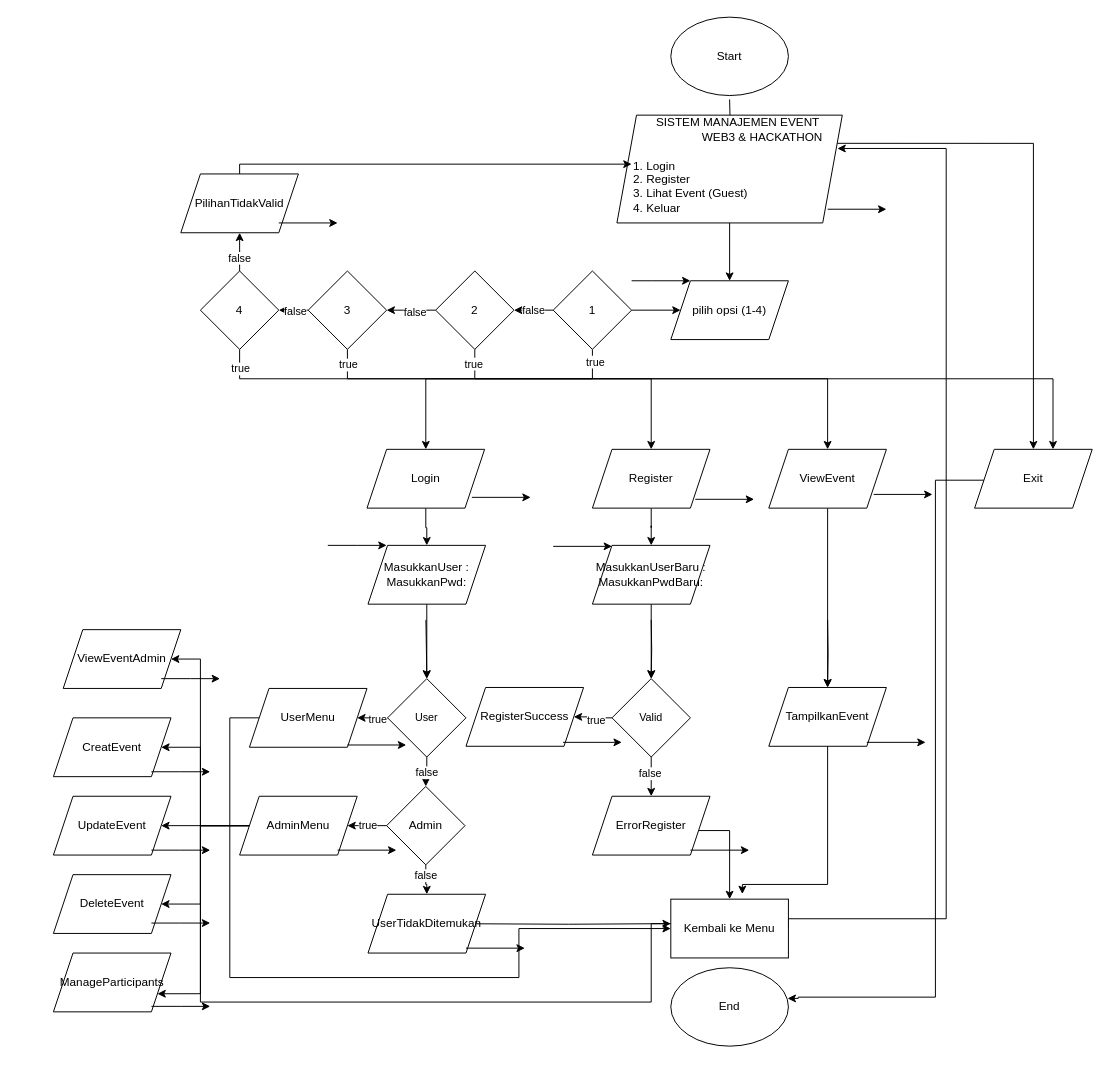
This is POSSTEST/post-test-apd-5/2509106074_NurilAkmal_PT-5.drawio from elkhuwas20/PRAKTIKUM_APD_B2-25, a draw.io file, before an edit. Source tidied: cells renumbered, new cells numbered last; positions are measured from the earlier drawing's top-left corner, leaving out a move shared by most shapes. Both pictures are drawn from the tidied source at 98%, with x=0, y=0 at pixel (53, 17).
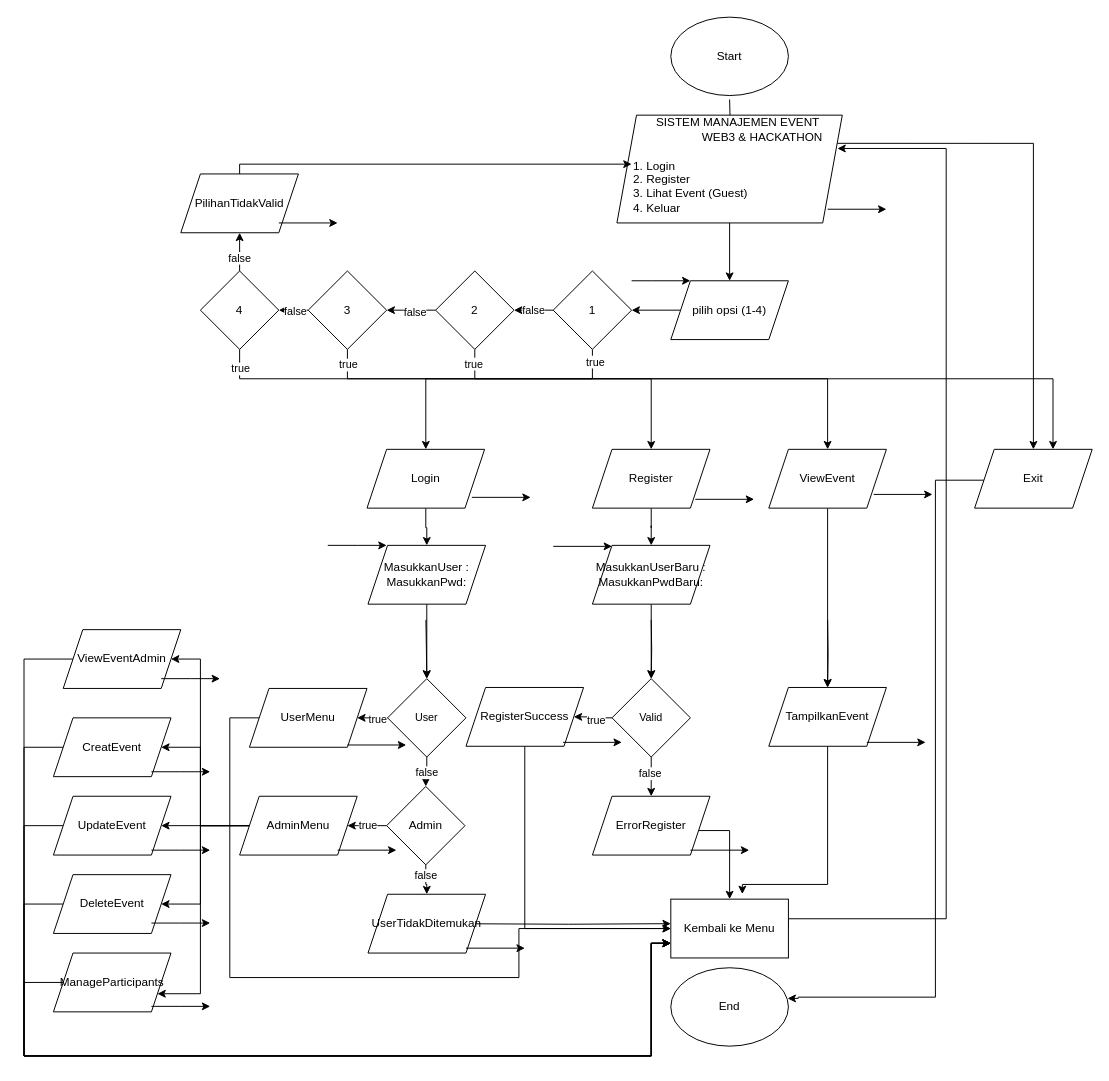
Above is the later version.

Unchanged cells that the change refers to:
```xml
<mxCell id="36" value="&lt;div&gt;AdminMenu&lt;/div&gt;" style="shape=parallelogram;perimeter=parallelogramPerimeter;whiteSpace=wrap;html=1;fixedSize=1;" parent="1" vertex="1">
  <mxGeometry x="190" y="795" width="120" height="60" as="geometry" />
</mxCell>
<mxCell id="39" value="ViewEventAdmin" style="shape=parallelogram;perimeter=parallelogramPerimeter;whiteSpace=wrap;html=1;fixedSize=1;" parent="1" vertex="1">
  <mxGeometry x="10" y="625" width="120" height="60" as="geometry" />
</mxCell>
<mxCell id="40" value="UpdateEvent" style="shape=parallelogram;perimeter=parallelogramPerimeter;whiteSpace=wrap;html=1;fixedSize=1;" parent="1" vertex="1">
  <mxGeometry y="795" width="120" height="60" as="geometry" />
</mxCell>
<mxCell id="41" value="DeleteEvent" style="shape=parallelogram;perimeter=parallelogramPerimeter;whiteSpace=wrap;html=1;fixedSize=1;" parent="1" vertex="1">
  <mxGeometry y="875" width="120" height="60" as="geometry" />
</mxCell>
<mxCell id="42" value="ManageParticipants" style="shape=parallelogram;perimeter=parallelogramPerimeter;whiteSpace=wrap;html=1;fixedSize=1;" parent="1" vertex="1">
  <mxGeometry y="955" width="120" height="60" as="geometry" />
</mxCell>
<mxCell id="43" value="&lt;div&gt;CreatEvent&lt;/div&gt;" style="shape=parallelogram;perimeter=parallelogramPerimeter;whiteSpace=wrap;html=1;fixedSize=1;" parent="1" vertex="1">
  <mxGeometry y="715" width="120" height="60" as="geometry" />
</mxCell>
<mxCell id="49" value="RegisterSuccess" style="shape=parallelogram;perimeter=parallelogramPerimeter;whiteSpace=wrap;html=1;fixedSize=1;" parent="1" vertex="1">
  <mxGeometry x="421" y="684" width="120" height="60" as="geometry" />
</mxCell>
<mxCell id="56" value="pilih opsi (1-4)" style="shape=parallelogram;perimeter=parallelogramPerimeter;whiteSpace=wrap;html=1;fixedSize=1;" parent="1" vertex="1">
  <mxGeometry x="630" y="269" width="120" height="60" as="geometry" />
</mxCell>
<mxCell id="61" value="1" style="rhombus;whiteSpace=wrap;html=1;" parent="1" vertex="1">
  <mxGeometry x="510" y="259" width="80" height="80" as="geometry" />
</mxCell>
<mxCell id="100" value="Kembali ke Menu" style="rounded=0;whiteSpace=wrap;html=1;" parent="1" vertex="1">
  <mxGeometry x="630" y="900" width="120" height="60" as="geometry" />
</mxCell>
```

Diff of the diagram source:
```diff
@@
-    <mxCell id="35" style="edgeStyle=orthogonalEdgeStyle;rounded=0;jettySize=auto;html=1;entryX=0;entryY=0.5;entryDx=0;entryDy=0;" parent="1" edge="1" source="36">
-      <mxGeometry relative="1" as="geometry">
-        <mxPoint x="640" y="925" as="targetPoint" />
-        <Array as="points">
-          <mxPoint x="150" y="825" />
-          <mxPoint x="150" y="1005" />
-          <mxPoint x="610" y="1005" />
-          <mxPoint x="610" y="925" />
-        </Array>
-      </mxGeometry>
-    </mxCell>
@@
+    <mxCell id="104" style="edgeStyle=orthogonalEdgeStyle;rounded=0;jettySize=auto;html=1;entryX=0;entryY=0.75;entryDx=0;entryDy=0;" parent="1" edge="1" source="39" target="100">
+      <mxGeometry relative="1" as="geometry">
+        <Array as="points">
+          <mxPoint x="-30" y="655" />
+          <mxPoint x="-30" y="1060" />
+          <mxPoint x="610" y="1060" />
+          <mxPoint x="610" y="945" />
+        </Array>
+      </mxGeometry>
+    </mxCell>
@@
+    <mxCell id="105" style="edgeStyle=orthogonalEdgeStyle;rounded=0;jettySize=auto;html=1;entryX=0;entryY=0.75;entryDx=0;entryDy=0;" parent="1" edge="1" source="40" target="100">
+      <mxGeometry relative="1" as="geometry">
+        <Array as="points">
+          <mxPoint x="-30" y="825" />
+          <mxPoint x="-30" y="1060" />
+          <mxPoint x="610" y="1060" />
+          <mxPoint x="610" y="945" />
+        </Array>
+      </mxGeometry>
+    </mxCell>
@@
+    <mxCell id="106" style="edgeStyle=orthogonalEdgeStyle;rounded=0;jettySize=auto;html=1;entryX=0;entryY=0.75;entryDx=0;entryDy=0;" parent="1" edge="1" source="41" target="100">
+      <mxGeometry relative="1" as="geometry">
+        <Array as="points">
+          <mxPoint x="-30" y="905" />
+          <mxPoint x="-30" y="1060" />
+          <mxPoint x="610" y="1060" />
+          <mxPoint x="610" y="945" />
+        </Array>
+      </mxGeometry>
+    </mxCell>
@@
+    <mxCell id="107" style="edgeStyle=orthogonalEdgeStyle;rounded=0;jettySize=auto;html=1;entryX=0;entryY=0.75;entryDx=0;entryDy=0;" parent="1" edge="1" source="42" target="100">
+      <mxGeometry relative="1" as="geometry">
+        <Array as="points">
+          <mxPoint x="-30" y="985" />
+          <mxPoint x="-30" y="1060" />
+          <mxPoint x="610" y="1060" />
+          <mxPoint x="610" y="945" />
+        </Array>
+      </mxGeometry>
+    </mxCell>
@@
+    <mxCell id="108" style="edgeStyle=orthogonalEdgeStyle;rounded=0;jettySize=auto;html=1;entryX=0;entryY=0.75;entryDx=0;entryDy=0;" parent="1" edge="1" source="43" target="100">
+      <mxGeometry relative="1" as="geometry">
+        <Array as="points">
+          <mxPoint x="-30" y="745" />
+          <mxPoint x="-30" y="1060" />
+          <mxPoint x="610" y="1060" />
+          <mxPoint x="610" y="945" />
+        </Array>
+      </mxGeometry>
+    </mxCell>
@@
+    <mxCell id="109" style="edgeStyle=orthogonalEdgeStyle;rounded=0;jettySize=auto;html=1;entryX=0;entryY=0.5;entryDx=0;entryDy=0;" parent="1" edge="1" source="49" target="100">
+      <mxGeometry relative="1" as="geometry">
+        <Array as="points">
+          <mxPoint x="481" y="930" />
+        </Array>
+      </mxGeometry>
+    </mxCell>
@@
+    <mxCell id="110" style="edgeStyle=orthogonalEdgeStyle;rounded=0;jettySize=auto;html=1;entryX=1;entryY=0.5;entryDx=0;entryDy=0;" parent="1" edge="1" source="56" target="61">
+      <mxGeometry relative="1" as="geometry" />
+    </mxCell>
@@
-    <mxCell id="57" style="edgeStyle=orthogonalEdgeStyle;rounded=0;jettySize=auto;html=1;" parent="1" edge="1" source="61" target="56">
-      <mxGeometry relative="1" as="geometry" />
-    </mxCell>
```
